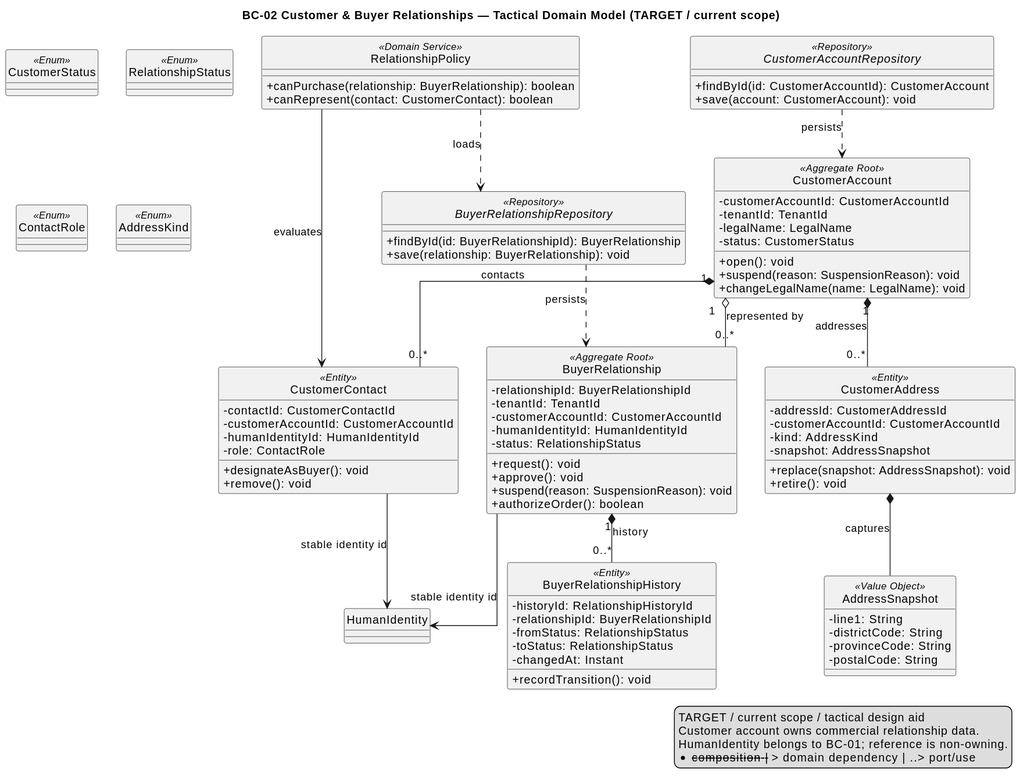
Earlier version of the PlantUML export report/assets/chapter-2/tactical/BC-02/BC02_CustomerBuyerRelationships.svg (nexa-suite/mobile-report).
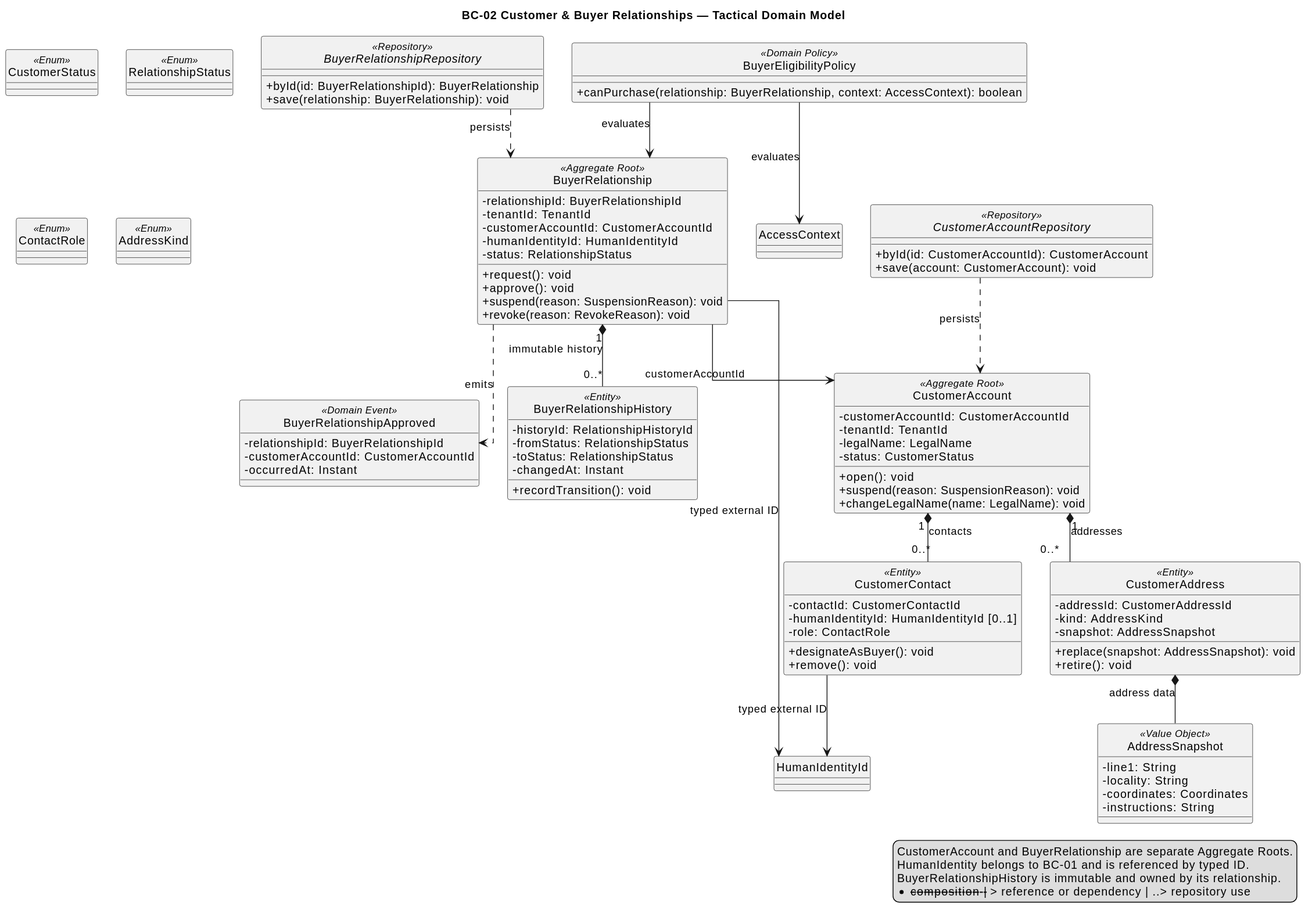
Above is the later version.

Diff of the diagram source:
```diff
@@ -1,5 +1,5 @@
 @startuml
-title BC-02 Customer & Buyer Relationships — Tactical Domain Model (TARGET / current scope)
+title BC-02 Customer & Buyer Relationships — Tactical Domain Model
 hide circle
 skinparam classAttributeIconSize 0
 skinparam shadowing false
@@ -15,24 +15,6 @@
   +changeLegalName(name: LegalName): void
 }
 
-class CustomerContact <<Entity>> {
-  -contactId: CustomerContactId
-  -customerAccountId: CustomerAccountId
-  -humanIdentityId: HumanIdentityId
-  -role: ContactRole
-  +designateAsBuyer(): void
-  +remove(): void
-}
-
-class CustomerAddress <<Entity>> {
-  -addressId: CustomerAddressId
-  -customerAccountId: CustomerAccountId
-  -kind: AddressKind
-  -snapshot: AddressSnapshot
-  +replace(snapshot: AddressSnapshot): void
-  +retire(): void
-}
-
 class BuyerRelationship <<Aggregate Root>> {
   -relationshipId: BuyerRelationshipId
   -tenantId: TenantId
@@ -42,12 +24,27 @@
   +request(): void
   +approve(): void
   +suspend(reason: SuspensionReason): void
-  +authorizeOrder(): boolean
+  +revoke(reason: RevokeReason): void
+}
+
+class CustomerContact <<Entity>> {
+  -contactId: CustomerContactId
+  -humanIdentityId: HumanIdentityId [0..1]
+  -role: ContactRole
+  +designateAsBuyer(): void
+  +remove(): void
+}
+
+class CustomerAddress <<Entity>> {
+  -addressId: CustomerAddressId
+  -kind: AddressKind
+  -snapshot: AddressSnapshot
+  +replace(snapshot: AddressSnapshot): void
+  +retire(): void
 }
 
 class BuyerRelationshipHistory <<Entity>> {
   -historyId: RelationshipHistoryId
-  -relationshipId: BuyerRelationshipId
   -fromStatus: RelationshipStatus
   -toStatus: RelationshipStatus
   -changedAt: Instant
@@ -56,24 +53,29 @@
 
 class AddressSnapshot <<Value Object>> {
   -line1: String
-  -districtCode: String
-  -provinceCode: String
-  -postalCode: String
+  -locality: String
+  -coordinates: Coordinates
+  -instructions: String
 }
 
-class RelationshipPolicy <<Domain Service>> {
-  +canPurchase(relationship: BuyerRelationship): boolean
-  +canRepresent(contact: CustomerContact): boolean
+class BuyerEligibilityPolicy <<Domain Policy>> {
+  +canPurchase(relationship: BuyerRelationship, context: AccessContext): boolean
 }
 
 interface CustomerAccountRepository <<Repository>> {
-  +findById(id: CustomerAccountId): CustomerAccount
+  +byId(id: CustomerAccountId): CustomerAccount
   +save(account: CustomerAccount): void
 }
 
 interface BuyerRelationshipRepository <<Repository>> {
-  +findById(id: BuyerRelationshipId): BuyerRelationship
+  +byId(id: BuyerRelationshipId): BuyerRelationship
   +save(relationship: BuyerRelationship): void
+}
+
+class BuyerRelationshipApproved <<Domain Event>> {
+  -relationshipId: BuyerRelationshipId
+  -customerAccountId: CustomerAccountId
+  -occurredAt: Instant
 }
 
 enum CustomerStatus <<Enum>>
@@ -83,20 +85,21 @@
 
 CustomerAccount "1" *-- "0..*" CustomerContact : contacts
 CustomerAccount "1" *-- "0..*" CustomerAddress : addresses
-CustomerAccount "1" o-- "0..*" BuyerRelationship : represented by
-BuyerRelationship "1" *-- "0..*" BuyerRelationshipHistory : history
-CustomerContact --> HumanIdentity : stable identity id
-BuyerRelationship --> HumanIdentity : stable identity id
-CustomerAddress *-- AddressSnapshot : captures
-RelationshipPolicy ..> BuyerRelationshipRepository : loads
-RelationshipPolicy --> CustomerContact : evaluates
+BuyerRelationship "1" *-- "0..*" BuyerRelationshipHistory : immutable history
+BuyerRelationship --> CustomerAccount : customerAccountId
+CustomerContact --> HumanIdentityId : typed external ID
+BuyerRelationship --> HumanIdentityId : typed external ID
+CustomerAddress *-- AddressSnapshot : address data
+BuyerEligibilityPolicy --> BuyerRelationship : evaluates
+BuyerEligibilityPolicy --> AccessContext : evaluates
 CustomerAccountRepository ..> CustomerAccount : persists
 BuyerRelationshipRepository ..> BuyerRelationship : persists
+BuyerRelationship ..> BuyerRelationshipApproved : emits
 
 legend right
-TARGET / current scope / tactical design aid
-Customer account owns commercial relationship data.
-HumanIdentity belongs to BC-01; reference is non-owning.
-*-- composition | --> domain dependency | ..> port/use
+CustomerAccount and BuyerRelationship are separate Aggregate Roots.
+HumanIdentity belongs to BC-01 and is referenced by typed ID.
+BuyerRelationshipHistory is immutable and owned by its relationship.
+*-- composition | --> reference or dependency | ..> repository use
 endlegend
 @enduml
```
